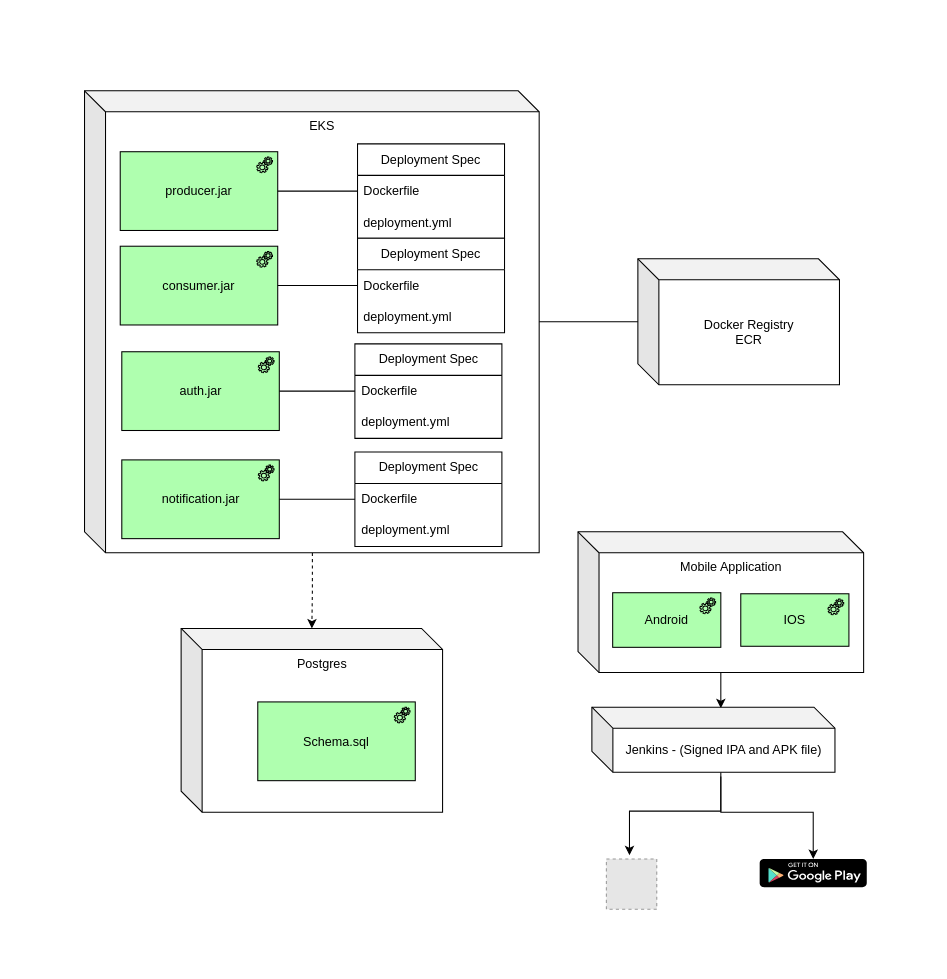
The draw.io diagram page "deployment.app" (2 of 32) of architecture/vote-system/diagrams/overall.architecture.drawio in codegik/team-red, before the edit. Source tidied: cells renumbered, new cells numbered last; positions are measured from the earlier drawing's top-left corner, leaving out a move shared by most shapes. Both pictures are drawn from the tidied source at 105%, with x=0, y=0 at pixel (84, 90). Pictures stored in the file or linked from it are replaced by grey dashed boxes.
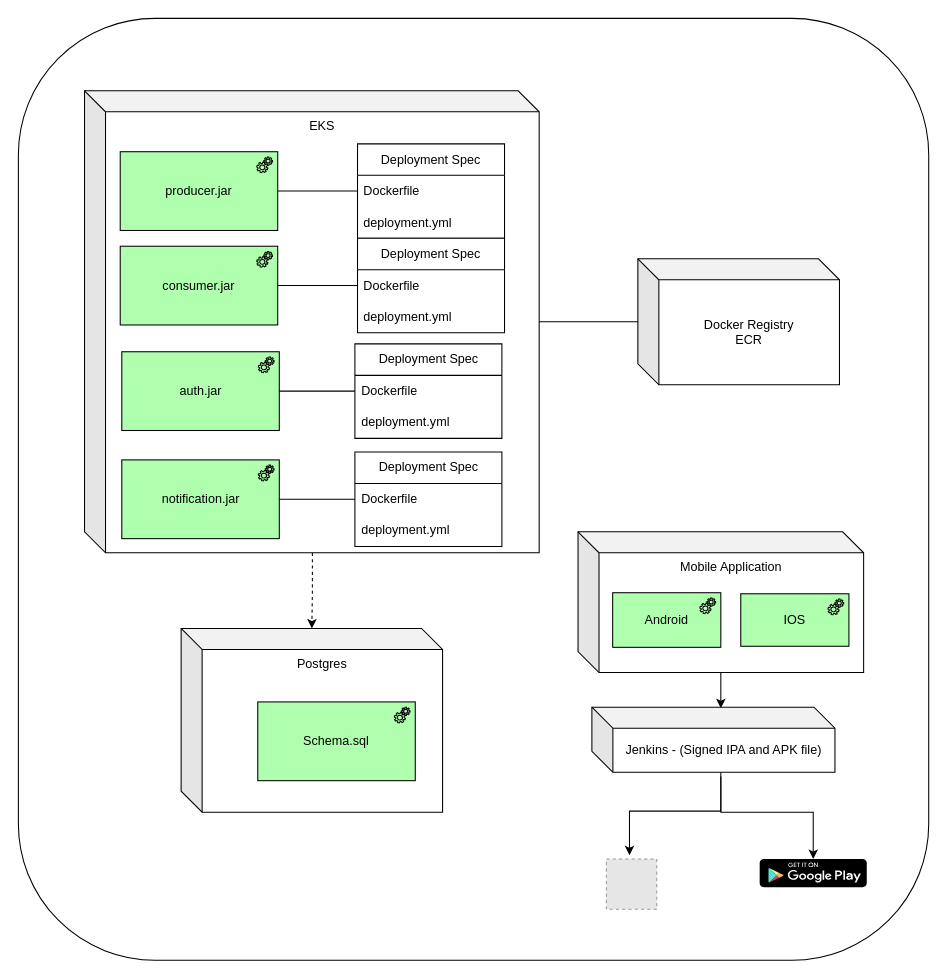
After the change.

What changed in the source:
```diff
@@
+    <mxCell id="37" style="rounded=1;whiteSpace=wrap;html=1;" parent="1" vertex="1">
+      <mxGeometry x="-63" y="-69" width="867" height="897" as="geometry" />
+    </mxCell>
```
